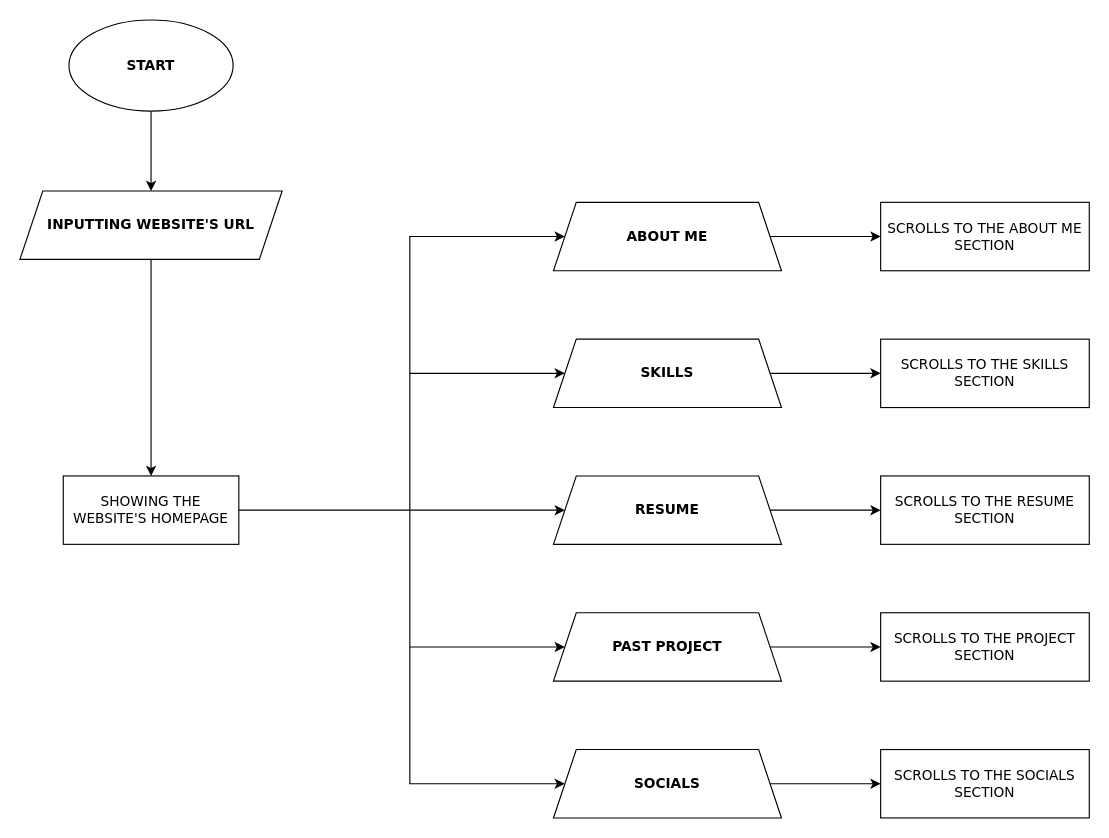
Earlier version of the draw.io diagram page "Homepage" (1 of 3) of porto.drawio (farreljavaskrip/project_001). Source tidied: cells renumbered, new cells numbered last; positions are measured from the earlier drawing's top-left corner, leaving out a move shared by most shapes. Both pictures are drawn from the tidied source at 114%, with x=0, y=0 at pixel (19, 19).
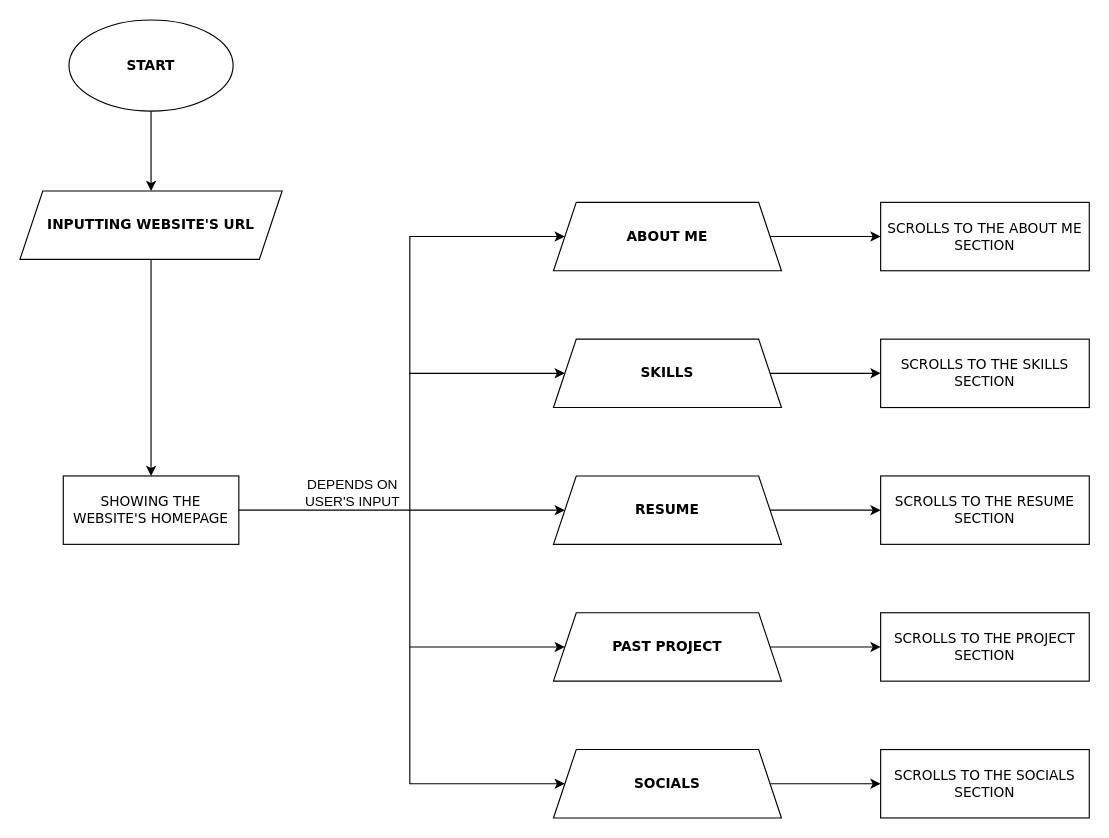
The same page after the edit.

Change to the diagram source:
```diff
@@
+    <mxCell id="28" value="DEPENDS ON USER'S INPUT" style="text;html=1;whiteSpace=wrap;strokeColor=none;fillColor=none;align=center;verticalAlign=middle;rounded=0;" parent="1" vertex="1">
+      <mxGeometry x="248" y="405" width="88" height="20" as="geometry" />
+    </mxCell>
```
